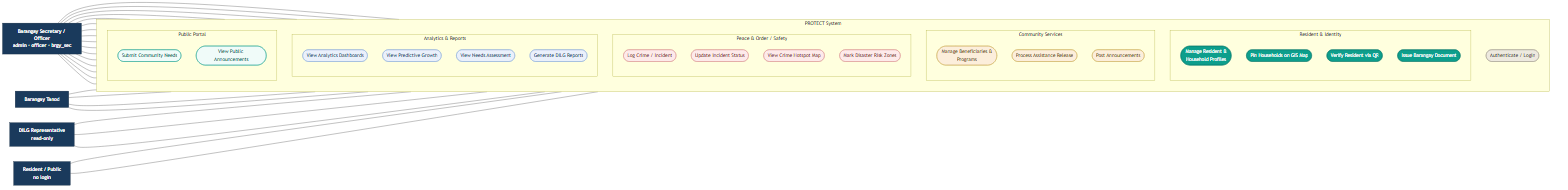
Earlier version of the Mermaid export diagrams/use_case.png (KellyEspera/protect). Its source is kept beside it as diagrams/use_case.mmd.
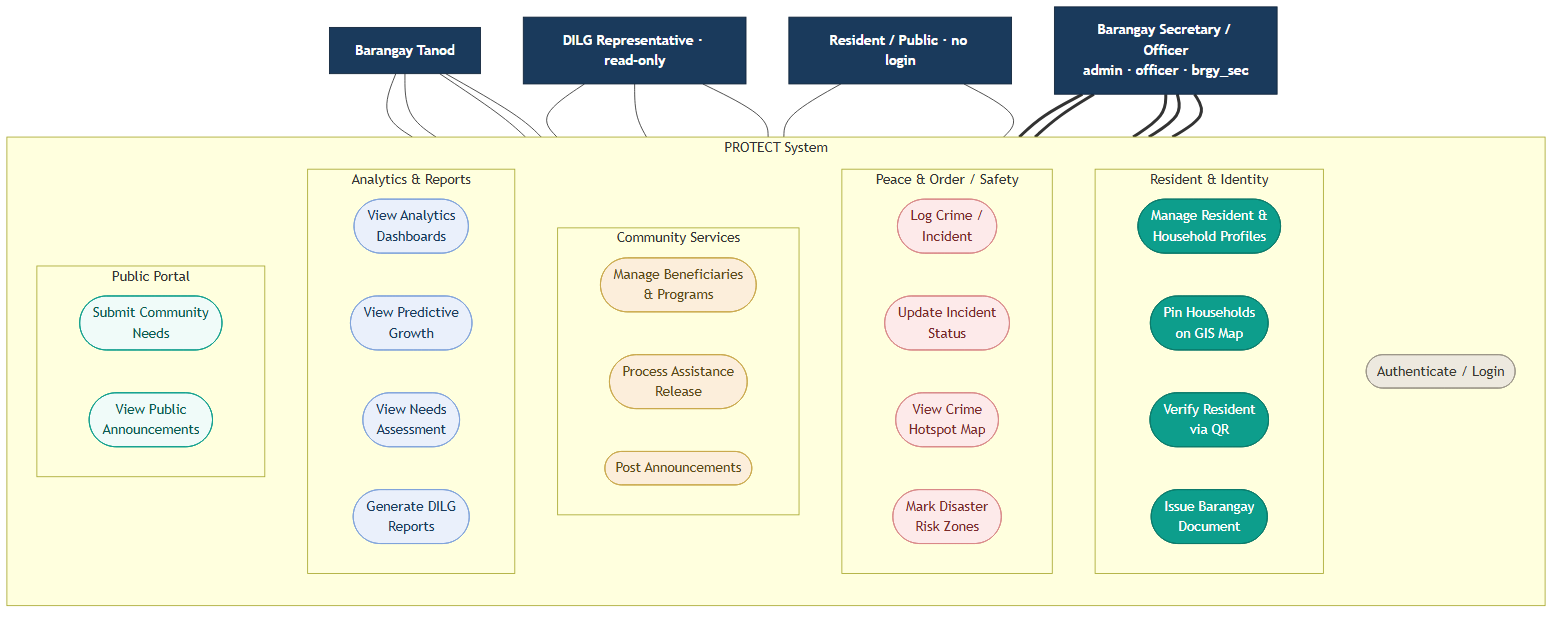
After the commit.

Commit message:
Redesign Use Case diagram for readability

Vertical layout: actors across the top, system boundary with five
color-coded category clusters below. Full-access Secretary connects to
groups; tanod/dilg_rep/resident connect to their specific use cases.
Replaces the wide flat hairball version.

The edit, as a diff of the source:
```diff
@@ -1,8 +1,8 @@
-flowchart LR
+flowchart TB
     Sec[" Barangay Secretary / Officer<br/>admin · officer · brgy_sec"]
     Tanod[" Barangay Tanod"]
-    DILG[" DILG Representative<br/>read-only"]
-    Res[" Resident / Public<br/>no login"]
+    DILG[" DILG Representative · read-only"]
+    Res[" Resident / Public · no login"]
 
     subgraph SYS[PROTECT System]
       direction TB
@@ -10,59 +10,48 @@
       UC_Login(["Authenticate / Login"])
 
       subgraph G1[Resident & Identity]
-        direction TB
+        direction LR
         UC_Res(["Manage Resident &<br/>Household Profiles"])
-        UC_GIS(["Pin Households on GIS Map"])
-        UC_QR(["Verify Resident via QR"])
-        UC_Doc(["Issue Barangay Document"])
+        UC_GIS(["Pin Households<br/>on GIS Map"])
+        UC_QR(["Verify Resident<br/>via QR"])
+        UC_Doc(["Issue Barangay<br/>Document"])
+      end
+
+      subgraph G3[Peace & Order / Safety]
+        direction LR
+        UC_Log(["Log Crime /<br/>Incident"])
+        UC_Stat(["Update Incident<br/>Status"])
+        UC_Hot(["View Crime<br/>Hotspot Map"])
+        UC_Dis(["Mark Disaster<br/>Risk Zones"])
       end
 
       subgraph G2[Community Services]
-        direction TB
-        UC_Ben(["Manage Beneficiaries &<br/>Programs"])
-        UC_Aid(["Process Assistance Release"])
+        direction LR
+        UC_Ben(["Manage Beneficiaries<br/>& Programs"])
+        UC_Aid(["Process Assistance<br/>Release"])
         UC_Ann(["Post Announcements"])
       end
 
-      subgraph G3[Peace & Order / Safety]
-        direction TB
-        UC_Log(["Log Crime / Incident"])
-        UC_Stat(["Update Incident Status"])
-        UC_Hot(["View Crime Hotspot Map"])
-        UC_Dis(["Mark Disaster Risk Zones"])
-      end
-
       subgraph G4[Analytics & Reports]
-        direction TB
-        UC_Ana(["View Analytics Dashboards"])
-        UC_Pred(["View Predictive Growth"])
-        UC_Needs(["View Needs Assessment"])
-        UC_Rep(["Generate DILG Reports"])
+        direction LR
+        UC_Ana(["View Analytics<br/>Dashboards"])
+        UC_Pred(["View Predictive<br/>Growth"])
+        UC_Needs(["View Needs<br/>Assessment"])
+        UC_Rep(["Generate DILG<br/>Reports"])
       end
 
       subgraph G5[Public Portal]
-        direction TB
-        UC_Submit(["Submit Community Needs"])
-        UC_PubAnn(["View Public Announcements"])
+        direction LR
+        UC_Submit(["Submit Community<br/>Needs"])
+        UC_PubAnn(["View Public<br/>Announcements"])
       end
     end
 
-    Sec --- UC_Login
-    Sec --- UC_Res
-    Sec --- UC_GIS
-    Sec --- UC_QR
-    Sec --- UC_Doc
-    Sec --- UC_Ben
-    Sec --- UC_Aid
-    Sec --- UC_Ann
-    Sec --- UC_Log
-    Sec --- UC_Stat
-    Sec --- UC_Hot
-    Sec --- UC_Dis
-    Sec --- UC_Ana
-    Sec --- UC_Pred
-    Sec --- UC_Needs
-    Sec --- UC_Rep
+    Sec === UC_Login
+    Sec === G1
+    Sec === G2
+    Sec === G3
+    Sec === G4
 
     Tanod --- UC_Login
     Tanod --- UC_Log
```
